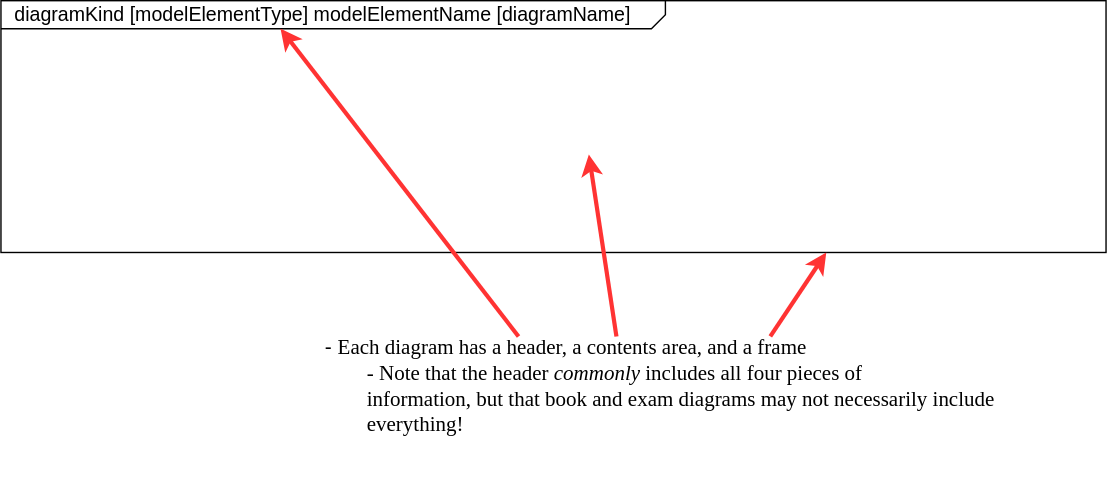
Above: SysML Lessons/SVGs/Diagrams Format.svg in JeffreyWerth/AWS-Architecture-Model-Repository (draw.io), before the change. Source tidied: cells renumbered, new cells last; positions are measured from the earlier drawing's top-left corner, leaving out a move shared by most shapes.
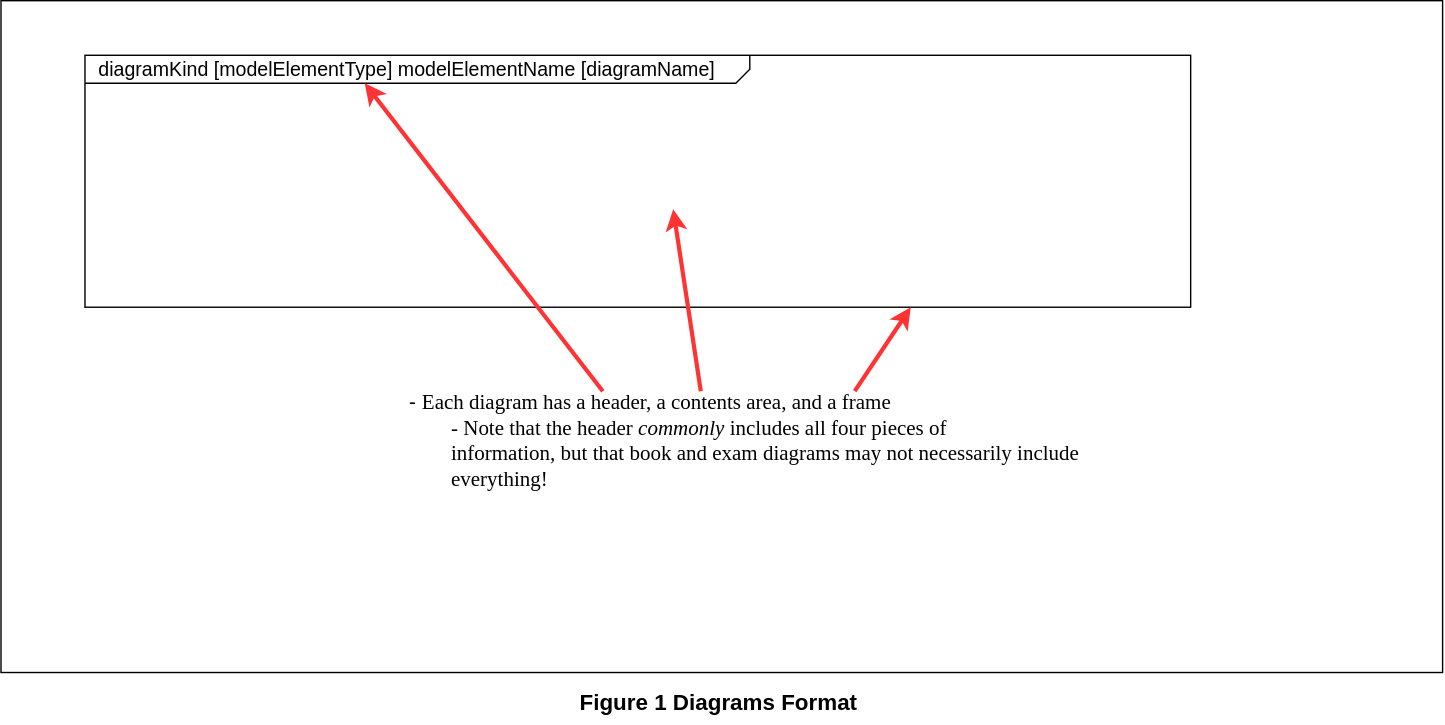
Later version of the same file.

Commit message:
Updated Figure 1 Diagrams Format

The edit, as a diff of the source:
```diff
@@ -2,6 +2,12 @@
   <root>
     <mxCell id="0" style="html=1;" />
     <mxCell id="1" style="html=1;" parent="0" />
+    <mxCell id="7" style="rounded=0;whiteSpace=wrap;html=1;" parent="1" vertex="1">
+      <mxGeometry x="-60" y="-39" width="1030" height="480" as="geometry" />
+    </mxCell>
+    <mxCell id="8" value="&lt;font style=&quot;font-size: 16px;&quot;&gt;Figure 1 Diagrams Format&lt;/font&gt;" style="text;html=1;strokeColor=none;fillColor=none;align=center;verticalAlign=middle;whiteSpace=wrap;rounded=0;fontStyle=1;fontSize=16;" parent="1" vertex="1">
+      <mxGeometry x="332.5" y="447" width="240" height="30" as="geometry" />
+    </mxCell>
     <mxCell id="2" value="&lt;p style=&quot;text-align: left; margin: 4px 0px 0px 10px; line-height: 90%; font-size: 14px;&quot;&gt;&lt;span style=&quot;border-color: var(--border-color);&quot;&gt;diagramKind&lt;/span&gt;&lt;span style=&quot;border-color: var(--border-color);&quot;&gt;&amp;nbsp;[&lt;/span&gt;&lt;span style=&quot;border-color: var(--border-color);&quot;&gt;modelElementType&lt;/span&gt;&lt;span style=&quot;border-color: var(--border-color);&quot;&gt;]&amp;nbsp;&lt;/span&gt;&lt;span style=&quot;border-color: var(--border-color);&quot;&gt;modelElementName&lt;/span&gt;&lt;span style=&quot;border-color: var(--border-color);&quot;&gt;&amp;nbsp;[&lt;/span&gt;&lt;span style=&quot;border-color: var(--border-color);&quot;&gt;diagramName&lt;/span&gt;&lt;span style=&quot;border-color: var(--border-color);&quot;&gt;]&lt;/span&gt;&lt;br&gt;&lt;/p&gt;" style="html=1;shape=mxgraph.sysml.package;html=1;overflow=fill;whiteSpace=wrap;fontSize=16;labelX=475.33;" parent="1" vertex="1">
       <mxGeometry width="790" height="180" as="geometry" />
     </mxCell>
```
